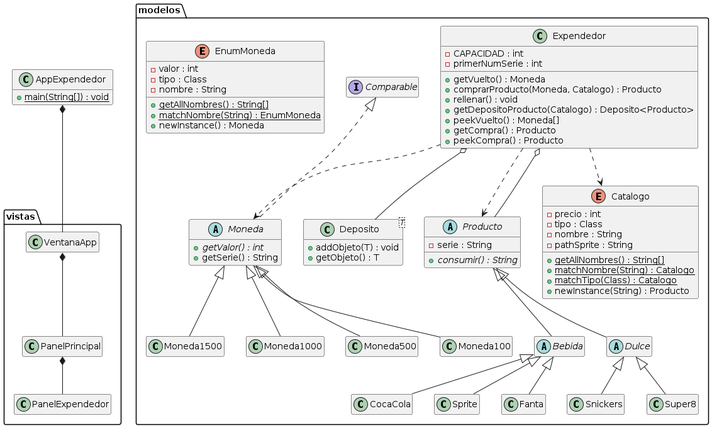
The PlantUML diagram UML_Imagen.png in molivas2022/Tarea3, before a commit.
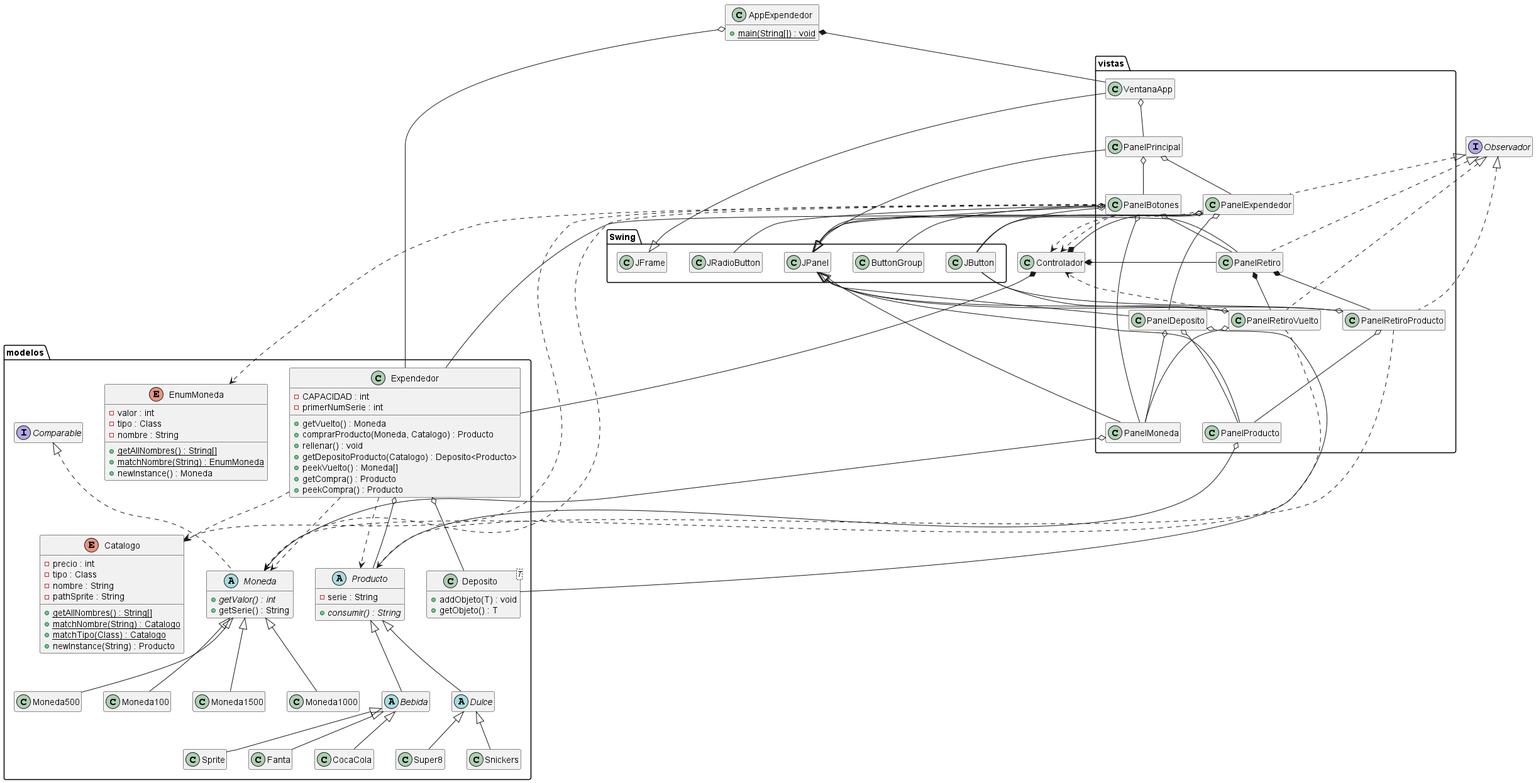
After the commit.

Commit message:
add: UML: Relaciones entre todas las clases

Diff of the diagram source:
```diff
@@ -1,4 +1,4 @@
-@startuml
+@startuml UML_Imagen
 hide empty methods
 hide empty fields
 
@@ -6,6 +6,9 @@
   {method} {static} + main(String[]) : void
 }
 
+interface Observador
+
+class Controlador
 
 package "modelos" {
   class Expendedor {
@@ -71,17 +74,73 @@
   class VentanaApp
   class PanelPrincipal
   class PanelExpendedor
+  class PanelDeposito
+  class PanelProducto
+  clasS PanelMoneda
+  class PanelBotones
+  class PanelRetiro
+  class PanelRetiroProducto
+  class PanelRetiroVuelto
+}
+
+package "Swing" {
+  class JFrame
+  class JPanel
+  class JButton
+  class JRadioButton
+  class ButtonGroup
 }
 
 Expendedor ..> Producto
 Expendedor ..> Moneda
 Expendedor ..> Catalogo
 
+PanelBotones ..> EnumMoneda
+PanelBotones ..> Moneda
+PanelBotones ..> Catalogo
+
+PanelRetiroVuelto ..> Moneda
+PanelRetiroProducto ..> Producto
+
+PanelExpendedor ..> Controlador
+PanelBotones ..> Controlador
+PanelRetiroVuelto ..> Controlador
+PanelRetiro ..> Controlador
+
 Expendedor o-- Deposito
 Expendedor o-- Producto
+
+AppExpendedor o-- Expendedor
+VentanaApp o-- PanelPrincipal
+
+PanelPrincipal o-- PanelExpendedor
+PanelPrincipal o-- PanelBotones
+
+PanelExpendedor o-- Expendedor
+PanelExpendedor o-- PanelDeposito
+
+PanelBotones o-- PanelMoneda
+PanelBotones o-- PanelRetiro
+
+PanelRetiroVuelto o-- PanelMoneda
+PanelRetiroProducto o-- PanelProducto
+
+PanelDeposito o-- PanelMoneda
+PanelDeposito o-- PanelProducto
+
+PanelMoneda o-- Moneda
+PanelProducto o-- Producto
+PanelDeposito o-- Deposito
+
+
 AppExpendedor *-- VentanaApp
-VentanaApp *-- PanelPrincipal
-PanelPrincipal *-- PanelExpendedor
+
+Controlador *-- PanelRetiro
+Controlador *-- PanelExpendedor
+Controlador *-- Expendedor
+
+PanelRetiro *-- PanelRetiroProducto
+PanelRetiro *-- PanelRetiroVuelto
 
 Producto <|-- Bebida
 Producto <|-- Dulce
@@ -95,4 +154,31 @@
 Moneda <|-- Moneda500
 Moneda <|-- Moneda1000
 Moneda <|-- Moneda1500
+
+Observador <|.. PanelExpendedor
+Observador <|.. PanelRetiro
+Observador <|.. PanelRetiroProducto
+Observador <|.. PanelRetiroVuelto
+
+JFrame <|-- VentanaApp
+JPanel <|-- PanelPrincipal
+
+JPanel <|-- PanelExpendedor
+PanelExpendedor o-- JButton
+
+JPanel <|-- PanelBotones
+PanelBotones o-- JButton
+PanelBotones o-- JRadioButton
+PanelBotones o-- ButtonGroup
+
+JPanel <|-- PanelRetiro
+JPanel <|-- PanelRetiroProducto
+JPanel <|-- PanelRetiroVuelto
+PanelRetiroVuelto o-- JButton
+PanelRetiroProducto o-- JButton
+
+JPanel <|-- PanelMoneda
+JPanel <|-- PanelProducto
+JPanel <|-- PanelDeposito
+
 @enduml
```
